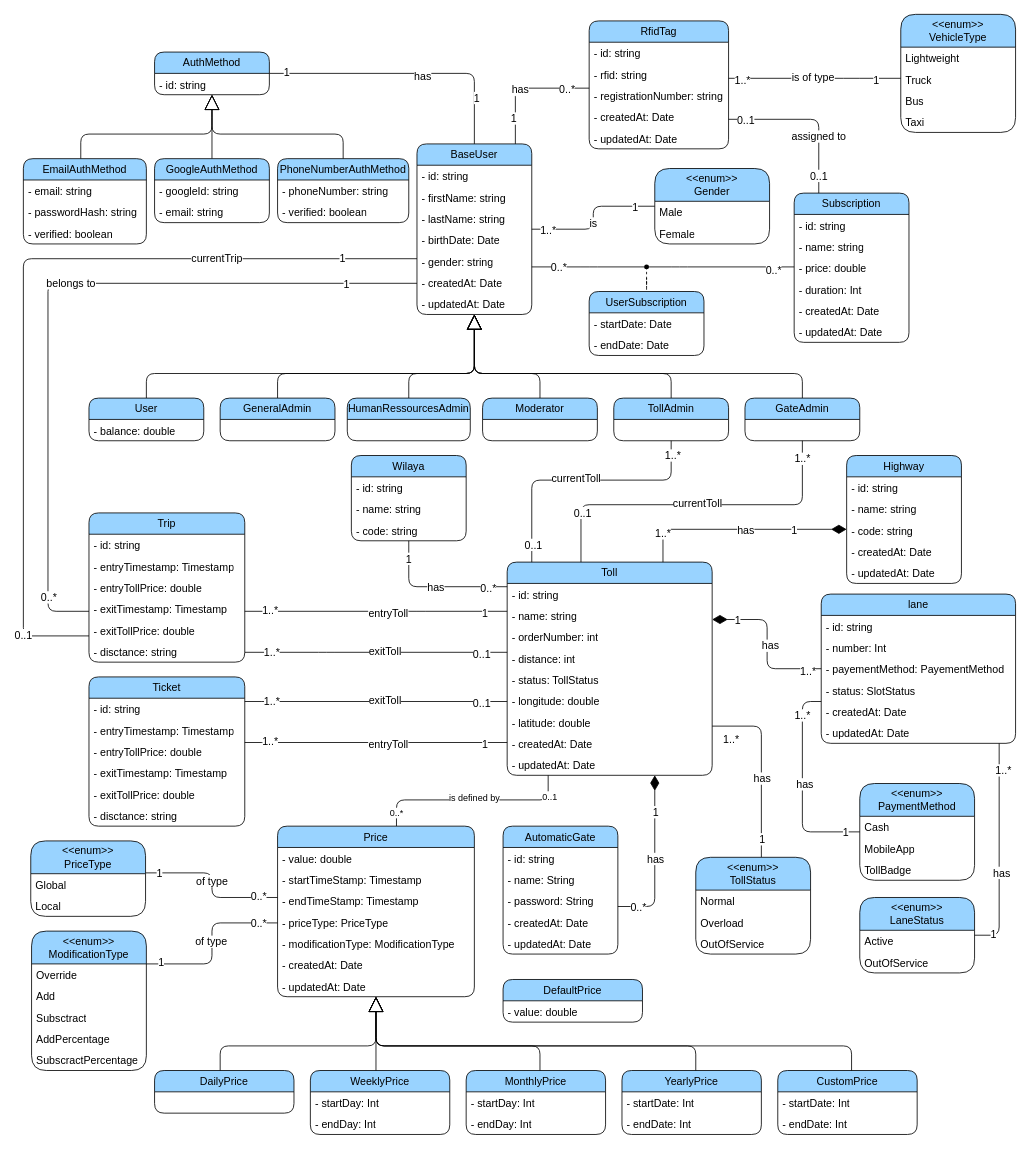
Above: diagrams/class-diagram.drawio in devlotfi/peage-pay (draw.io), before the change. Source tidied: cells renumbered, new cells numbered last; positions are measured from the earlier drawing's top-left corner, leaving out a move shared by most shapes. Both pictures are drawn from the tidied source at 82%, with x=0, y=0 at pixel (23, 14).
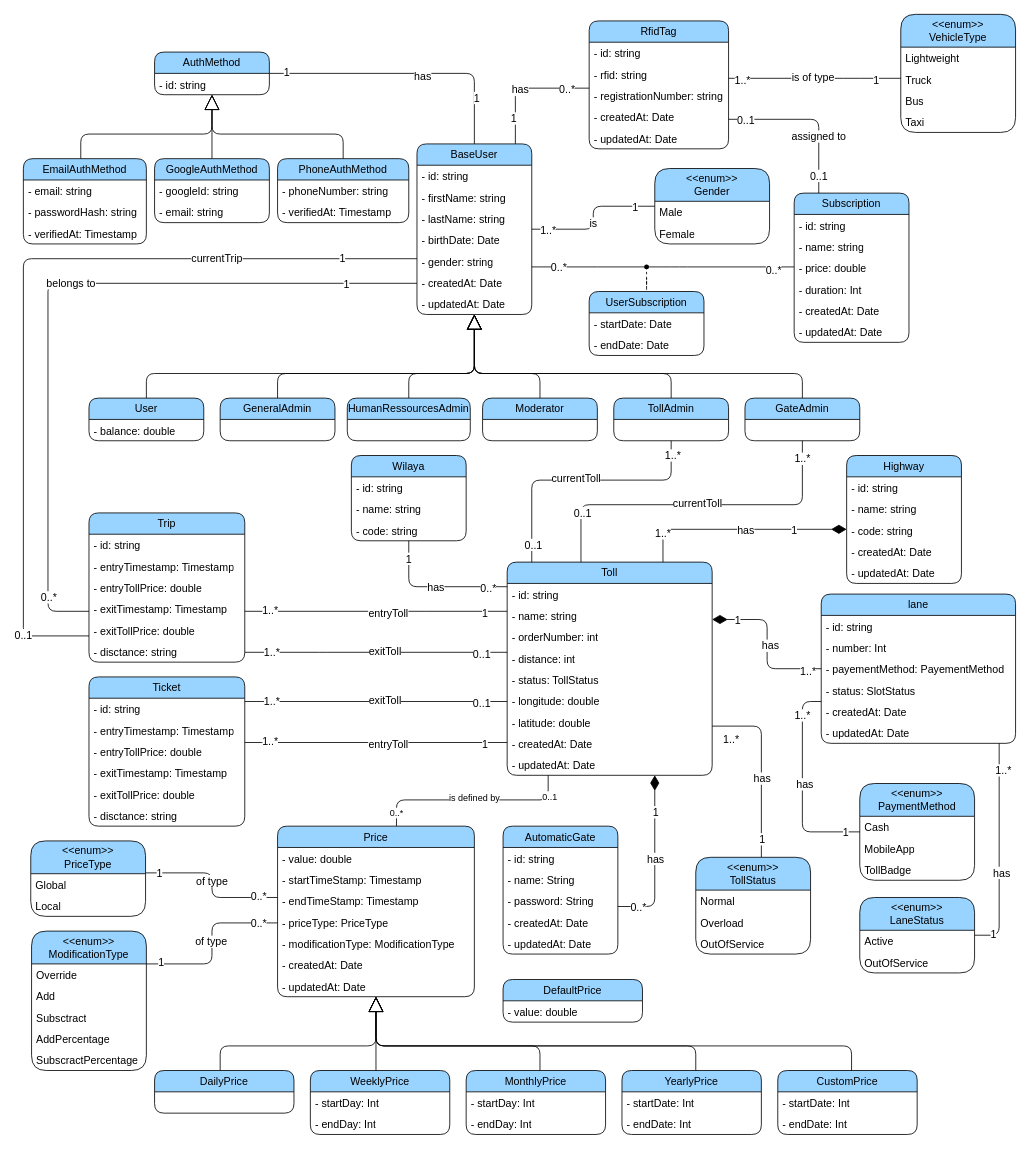
Above is the later version.

The change refers to these unchanged cells:
```xml
<mxCell id="114" value="EmailAuthMethod" style="swimlane;fontStyle=0;horizontal=1;startSize=26;whiteSpace=wrap;html=1;fontFamily=Helvetica;fontSize=13;fillColor=#99D3FF;fillStyle=auto;rounded=1;glass=0;shadow=0;swimlaneFillColor=none;gradientColor=none;fontColor=default;" parent="1" vertex="1">
  <mxGeometry y="176" width="150" height="104" as="geometry" />
</mxCell>
```

Change to the diagram source:
```diff
@@
-    <mxCell id="117" value="- verified: boolean" style="text;strokeColor=none;fillColor=none;align=left;verticalAlign=top;spacingLeft=4;spacingRight=4;overflow=hidden;whiteSpace=wrap;html=1;fontSize=13;fontFamily=Helvetica;fontColor=default;" parent="114" vertex="1">
+    <mxCell id="117" value="- verifiedAt: Timestamp" style="text;strokeColor=none;fillColor=none;align=left;verticalAlign=top;spacingLeft=4;spacingRight=4;overflow=hidden;whiteSpace=wrap;html=1;fontSize=13;fontFamily=Helvetica;fontColor=default;" parent="114" vertex="1">
       <mxGeometry y="78" width="150" height="26" as="geometry" />
     </mxCell>
@@
-    <mxCell id="199" value="PhoneNumberAuthMethod" style="swimlane;fontStyle=0;horizontal=1;startSize=26;whiteSpace=wrap;html=1;fontFamily=Helvetica;fontSize=13;fillColor=#99D3FF;fillStyle=auto;rounded=1;glass=0;shadow=0;swimlaneFillColor=none;gradientColor=none;fontColor=default;" parent="1" vertex="1">
+    <mxCell id="199" value="PhoneAuthMethod" style="swimlane;fontStyle=0;horizontal=1;startSize=26;whiteSpace=wrap;html=1;fontFamily=Helvetica;fontSize=13;fillColor=#99D3FF;fillStyle=auto;rounded=1;glass=0;shadow=0;swimlaneFillColor=none;gradientColor=none;fontColor=default;" parent="1" vertex="1">
       <mxGeometry x="310" y="176" width="160" height="78" as="geometry" />
     </mxCell>
@@
-    <mxCell id="201" value="- verified: boolean" style="text;strokeColor=none;fillColor=none;align=left;verticalAlign=top;spacingLeft=4;spacingRight=4;overflow=hidden;whiteSpace=wrap;html=1;fontSize=13;fontFamily=Helvetica;fontColor=default;" parent="199" vertex="1">
+    <mxCell id="201" value="- verifiedAt: Timestamp" style="text;strokeColor=none;fillColor=none;align=left;verticalAlign=top;spacingLeft=4;spacingRight=4;overflow=hidden;whiteSpace=wrap;html=1;fontSize=13;fontFamily=Helvetica;fontColor=default;" parent="199" vertex="1">
       <mxGeometry y="52" width="160" height="26" as="geometry" />
     </mxCell>
```
